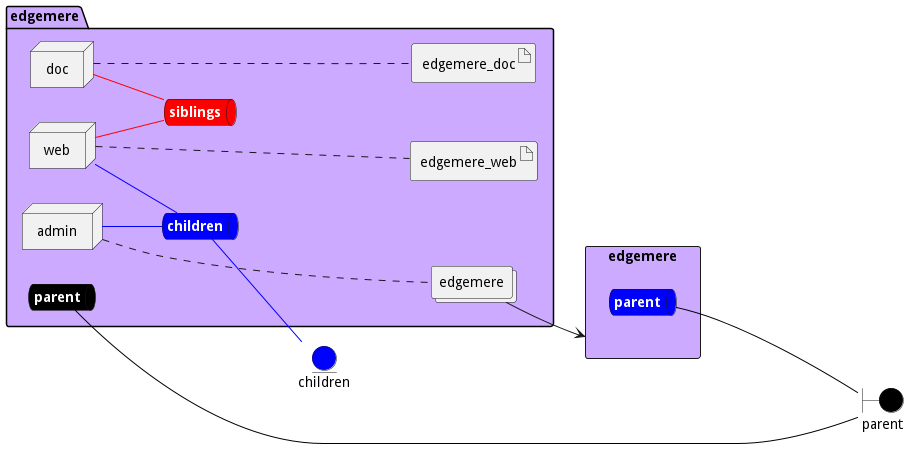
The PlantUML diagram docs/edgemere/envs/local/deployment.png in madajaju/edgemere, before a commit. The source it was exported from:
```plantuml
@startuml

left to right direction


boundary parent #black


entity children #blue

rectangle "edgemere" as edgemereStack #ccaaff {
    queue edgemereStacksnet #blue [
        <b><color:white>parent</color></b>
    ]
}



package "edgemere" #ccaaff {
    queue parentnet #black [
            <b><color:white>parent</color></b>
    ]

    parentnet -[#black]- parent

    queue childrennet #blue [
            <b><color:white>children</color></b>
    ]

    childrennet -[#blue]- children

    queue siblingsnet #red [
            <b><color:white>siblings</color></b>
    ]


node "admin" as adminService
node "web" as webService
node "doc" as docService

        collections "edgemere" as edgemereimage

        artifact "edgemere_web" as edgemere_webimage

        artifact "edgemere_doc" as edgemere_docimage

}

adminService -[#blue]- childrennet

webService -[#blue]- childrennet

webService -[#red]- siblingsnet

docService -[#red]- siblingsnet
adminService .... edgemereimage
webService .... edgemere_webimage
docService .... edgemere_docimage

edgemereimage --> edgemereStack

edgemereStacksnet --[#black]-- parent


@enduml
```
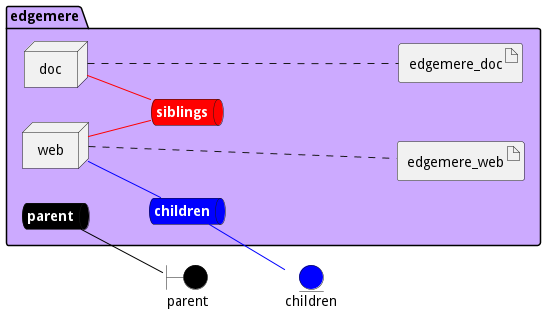
Later version of the same file.

Diff of the diagram source:
```diff
@@ -8,11 +8,6 @@
 
 entity children #blue
 
-rectangle "edgemere" as edgemereStack #ccaaff {
-    queue edgemereStacksnet #blue [
-        <b><color:white>parent</color></b>
-    ]
-}
 
 
 
@@ -34,11 +29,9 @@
     ]
 
 
-node "admin" as adminService
 node "web" as webService
 node "doc" as docService
 
-        collections "edgemere" as edgemereimage
 
         artifact "edgemere_web" as edgemere_webimage
 
@@ -46,20 +39,13 @@
 
 }
 
-adminService -[#blue]- childrennet
-
 webService -[#blue]- childrennet
 
 webService -[#red]- siblingsnet
 
 docService -[#red]- siblingsnet
-adminService .... edgemereimage
 webService .... edgemere_webimage
 docService .... edgemere_docimage
 
-edgemereimage --> edgemereStack
-
-edgemereStacksnet --[#black]-- parent
-
 
 @enduml
```
